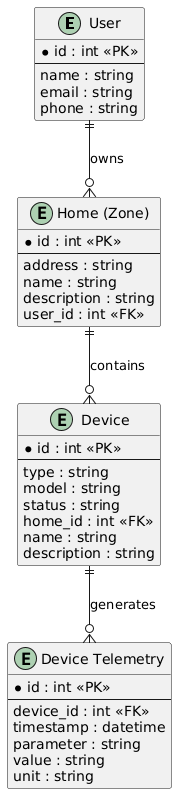
This is schemas/er_diagram.png from baranovilyaserg/architecture-pro-warmhouse, a PlantUML export, as it was before one commit. The source it was exported from:
```plantuml
@startuml

entity "User" as User {
  *id : int <<PK>>
  ---
  name : string
  email : string
  phone : string
}

entity "Home (Zone)" as Home {
  *id : int <<PK>>
  ---
  address : string
  name : string
  description : string
  user_id : int <<FK>>
}

entity "Device" as Device {
  *id : int <<PK>>
  ---
  type : string
  model : string
  status : string
  home_id : int <<FK>>
  name : string
  description : string
}

entity "Device Telemetry" as Telemetry {
  *id : int <<PK>>
  ---
  device_id : int <<FK>>
  timestamp : datetime
  parameter : string
  value : string
  unit : string
}

User ||--o{ Home : "owns"
Home ||--o{ Device : "contains"
Device ||--o{ Telemetry : "generates"
@enduml
```
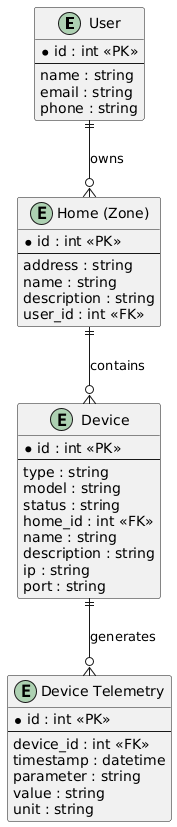
Above is the later version.

What changed in the source:
```diff
@@ -26,6 +26,8 @@
   home_id : int <<FK>>
   name : string
   description : string
+  ip : string
+  port : string
 }
 
 entity "Device Telemetry" as Telemetry {
```
